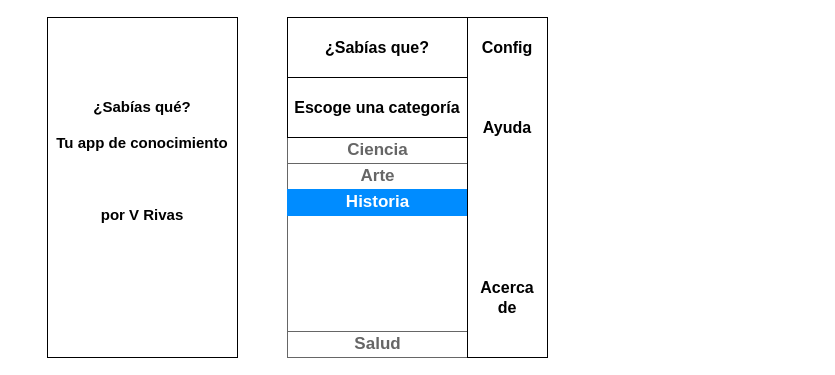
Earlier version of the draw.io diagram Untitled Diagram.drawio (radiovictrola/appdemo1). Source tidied: cells renumbered, new cells numbered last; positions are measured from the earlier drawing's top-left corner, leaving out a move shared by most shapes. Both pictures are drawn from the tidied source at 100%, with x=0, y=0 at pixel (47, 17).
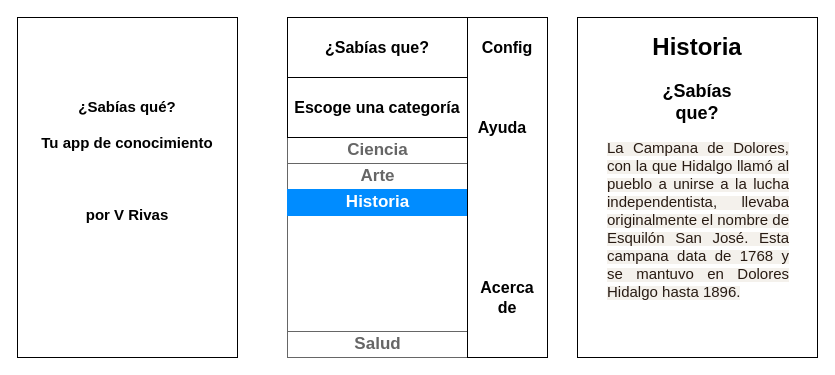
The same page after the edit.

Diff of the diagram source:
```diff
@@
 <mxGraphModel background="#ffffff">
   <root>
     <mxCell id="0" />
     <mxCell id="1" parent="0" />
     <mxCell id="2" style="strokeWidth=1;shadow=0;dashed=0;align=center;html=1;shape=mxgraph.mockup.containers.rrect;rSize=0;strokeColor=#666666;" parent="1" vertex="1">
       <mxGeometry x="240" y="120" width="180" height="220" as="geometry" />
     </mxCell>
     <mxCell id="3" value="Ciencia" style="strokeColor=inherit;fillColor=inherit;gradientColor=inherit;strokeWidth=1;shadow=0;dashed=0;align=center;html=1;shape=mxgraph.mockup.containers.rrect;rSize=0;fontSize=17;fontColor=#666666;fontStyle=1;" parent="2" vertex="1">
       <mxGeometry width="180" height="26" relative="1" as="geometry" />
     </mxCell>
     <mxCell id="4" value="Arte" style="strokeColor=inherit;fillColor=inherit;gradientColor=inherit;strokeWidth=1;shadow=0;dashed=0;align=center;html=1;shape=mxgraph.mockup.containers.rrect;rSize=0;fontSize=17;fontColor=#666666;fontStyle=1;" parent="2" vertex="1">
       <mxGeometry width="180" height="26" relative="1" as="geometry">
         <mxPoint y="26" as="offset" />
       </mxGeometry>
     </mxCell>
     <mxCell id="5" value="Historia" style="strokeWidth=1;shadow=0;dashed=0;align=center;html=1;shape=mxgraph.mockup.containers.rrect;rSize=0;fontSize=17;fontColor=#ffffff;fontStyle=1;fillColor=#008cff;strokeColor=#008cff;" parent="2" vertex="1">
       <mxGeometry width="180" height="26" relative="1" as="geometry">
         <mxPoint y="52" as="offset" />
       </mxGeometry>
     </mxCell>
     <mxCell id="6" value="Salud" style="strokeColor=inherit;fillColor=inherit;gradientColor=inherit;strokeWidth=1;shadow=0;dashed=0;align=center;html=1;shape=mxgraph.mockup.containers.rrect;rSize=0;fontSize=17;fontColor=#666666;fontStyle=1;" parent="2" vertex="1">
       <mxGeometry y="1" width="180" height="26" relative="1" as="geometry">
         <mxPoint y="-26" as="offset" />
       </mxGeometry>
     </mxCell>
     <mxCell id="7" value="&lt;b&gt;&lt;font style=&quot;font-size: 16px&quot;&gt;¿Sabías que?&lt;/font&gt;&lt;/b&gt;" style="rounded=0;whiteSpace=wrap;html=1;" parent="1" vertex="1">
       <mxGeometry x="240" width="180" height="60" as="geometry" />
     </mxCell>
     <mxCell id="8" value="&lt;b&gt;&lt;font style=&quot;font-size: 16px&quot;&gt;Escoge una categoría&lt;/font&gt;&lt;/b&gt;" style="rounded=0;whiteSpace=wrap;html=1;" parent="1" vertex="1">
       <mxGeometry x="240" y="60" width="180" height="60" as="geometry" />
     </mxCell>
     <mxCell id="9" style="rounded=0;whiteSpace=wrap;html=1;" parent="1" vertex="1">
       <mxGeometry x="420" width="80" height="340" as="geometry" />
     </mxCell>
     <mxCell id="10" value="&lt;b&gt;&lt;font style=&quot;font-size: 16px&quot;&gt;Config&lt;/font&gt;&lt;/b&gt;" style="text;html=1;strokeColor=none;fillColor=none;align=center;verticalAlign=middle;whiteSpace=wrap;rounded=0;" parent="1" vertex="1">
       <mxGeometry x="440" y="20" width="40" height="20" as="geometry" />
     </mxCell>
     <mxCell id="11" value="&lt;b style=&quot;font-size: 15px&quot;&gt;¿Sabías qué?&lt;br&gt;&lt;br&gt;Tu app de conocimiento&lt;br&gt;&lt;br&gt;&lt;br&gt;&lt;br&gt;por V Rivas&lt;br&gt;&lt;br&gt;&lt;br&gt;&lt;br&gt;&lt;/b&gt;" style="rounded=0;whiteSpace=wrap;html=1;" parent="1" vertex="1">
-      <mxGeometry width="190" height="340" as="geometry" />
+      <mxGeometry x="-30" width="220" height="340" as="geometry" />
     </mxCell>
     <mxCell id="12" value="&lt;b&gt;&lt;font style=&quot;font-size: 16px&quot;&gt;Ayuda&lt;/font&gt;&lt;/b&gt;" style="text;html=1;strokeColor=none;fillColor=none;align=center;verticalAlign=middle;whiteSpace=wrap;rounded=0;" parent="1" vertex="1">
-      <mxGeometry x="440" y="100" width="40" height="20" as="geometry" />
+      <mxGeometry x="450" y="100" width="10" height="20" as="geometry" />
     </mxCell>
     <mxCell id="13" value="&lt;b&gt;&lt;font style=&quot;font-size: 16px&quot;&gt;Acerca de&lt;/font&gt;&lt;/b&gt;" style="text;html=1;strokeColor=none;fillColor=none;align=center;verticalAlign=middle;whiteSpace=wrap;rounded=0;" parent="1" vertex="1">
       <mxGeometry x="440" y="270" width="40" height="20" as="geometry" />
     </mxCell>
+    <mxCell id="14" style="rounded=0;whiteSpace=wrap;html=1;" parent="1" vertex="1">
+      <mxGeometry x="530" width="240" height="340" as="geometry" />
+    </mxCell>
+    <mxCell id="15" value="&lt;b&gt;&lt;font style=&quot;font-size: 24px&quot;&gt;Historia&lt;/font&gt;&lt;/b&gt;" style="text;html=1;strokeColor=none;fillColor=none;align=center;verticalAlign=middle;whiteSpace=wrap;rounded=0;" parent="1" vertex="1">
+      <mxGeometry x="630" y="20" width="40" height="20" as="geometry" />
+    </mxCell>
+    <mxCell id="16" value="&lt;b&gt;&lt;font style=&quot;font-size: 18px&quot;&gt;¿Sabías que?&lt;/font&gt;&lt;/b&gt;" style="text;html=1;strokeColor=none;fillColor=none;align=center;verticalAlign=middle;whiteSpace=wrap;rounded=0;" parent="1" vertex="1">
+      <mxGeometry x="630" y="70" width="40" height="30" as="geometry" />
+    </mxCell>
+    <mxCell id="17" value="&lt;p style=&quot;text-align: justify&quot;&gt;&lt;span style=&quot;color: rgb(40 , 27 , 19) ; font-weight: 400 ; background-color: rgb(244 , 241 , 236)&quot;&gt;&lt;font style=&quot;line-height: 120% ; font-size: 15px&quot;&gt;La Campana de Dolores, con la que Hidalgo llamó al pueblo a unirse a la lucha independentista, llevaba originalmente el nombre de Esquilón San José. Esta campana data de 1768 y se mantuvo en Dolores Hidalgo hasta 1896.&lt;/font&gt;&lt;/span&gt;&lt;/p&gt;" style="text;html=1;strokeColor=none;fillColor=none;spacing=5;spacingTop=-20;whiteSpace=wrap;overflow=hidden;rounded=0;" parent="1" vertex="1">
+      <mxGeometry x="555" y="120" width="190" height="170" as="geometry" />
+    </mxCell>
   </root>
 </mxGraphModel>
```
